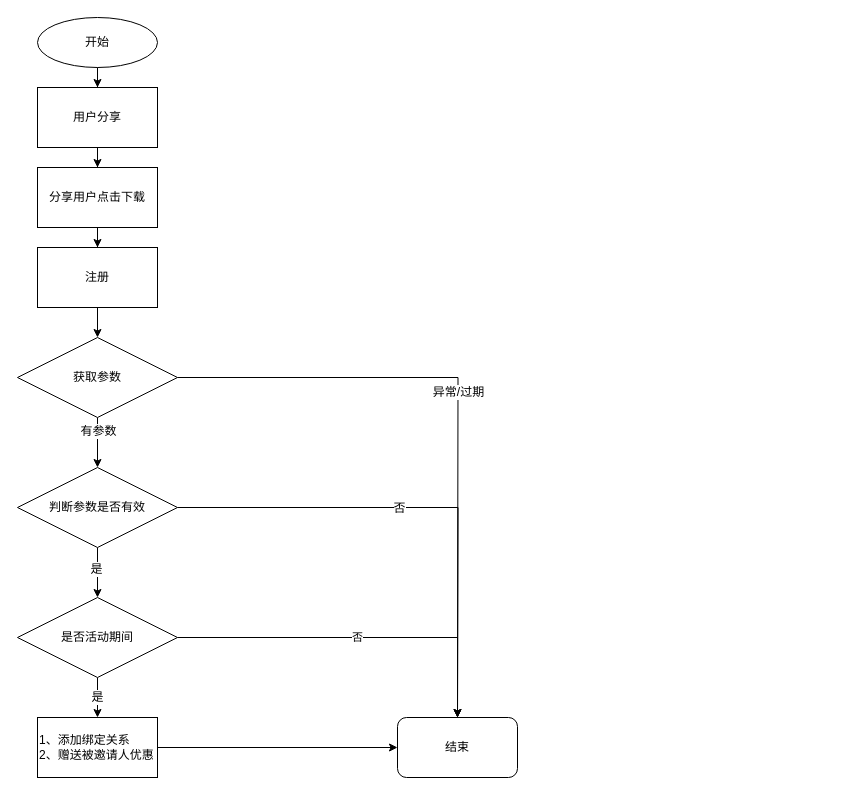
The draw.io diagram invite.drawio in 5thgfka/count, before the edit. Source tidied: cells renumbered, new cells numbered last; positions are measured from the earlier drawing's top-left corner, leaving out a move shared by most shapes. Both pictures are drawn from the tidied source at 100%, with x=0, y=0 at pixel (17, 17).
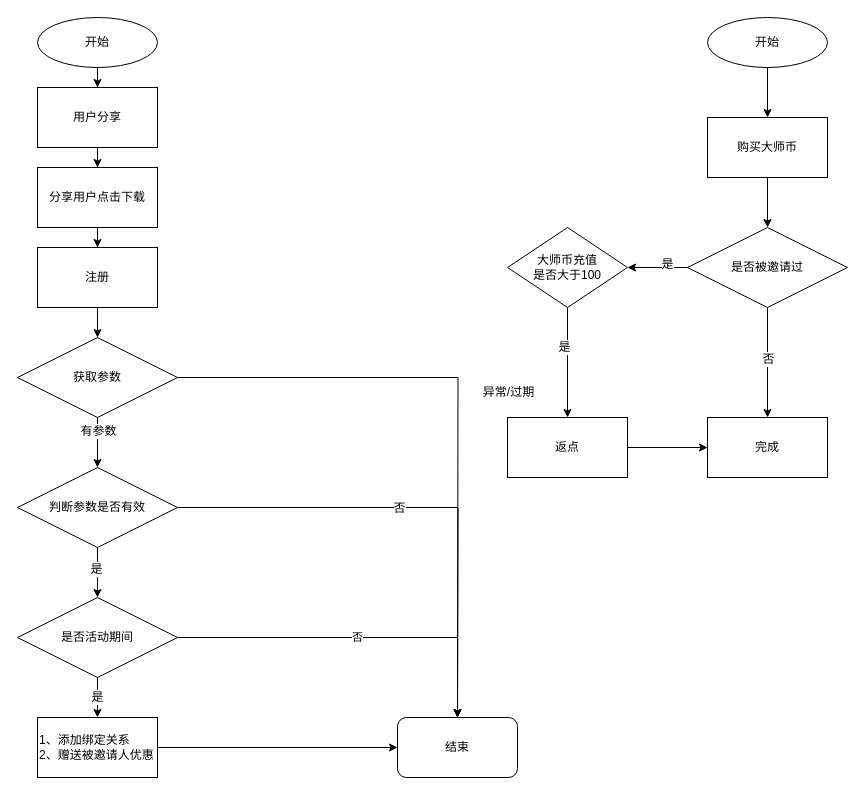
The same diagram, later.

Unchanged cells that the change refers to:
```xml
<mxCell id="8" style="edgeStyle=orthogonalEdgeStyle;rounded=0;jettySize=auto;html=1;" parent="1" edge="1" source="12">
  <mxGeometry relative="1" as="geometry">
    <mxPoint x="440" y="700" as="targetPoint" />
  </mxGeometry>
</mxCell>
```

Diff of the diagram source:
```diff
@@
     <mxCell id="9" value="异常/过期" style="text;html=1;align=center;verticalAlign=middle;labelBackgroundColor=#ffffff;" parent="8" vertex="1">
-      <mxGeometry x="-0.05" relative="1" as="geometry" />
+      <mxGeometry x="-0.05" relative="1" as="geometry">
+        <mxPoint x="50" as="offset" />
+      </mxGeometry>
     </mxCell>
@@
+    <mxCell id="27" style="edgeStyle=orthogonalEdgeStyle;rounded=0;jettySize=auto;html=1;" parent="1" edge="1" source="28" target="30">
+      <mxGeometry relative="1" as="geometry" />
+    </mxCell>
+    <mxCell id="28" value="开始" style="ellipse;whiteSpace=wrap;html=1;align=center;" parent="1" vertex="1">
+      <mxGeometry x="690" width="120" height="50" as="geometry" />
+    </mxCell>
+    <mxCell id="29" style="edgeStyle=orthogonalEdgeStyle;rounded=0;jettySize=auto;html=1;" parent="1" edge="1" source="30" target="35">
+      <mxGeometry relative="1" as="geometry" />
+    </mxCell>
+    <mxCell id="30" value="购买大师币" style="rounded=0;whiteSpace=wrap;html=1;align=center;" parent="1" vertex="1">
+      <mxGeometry x="690" y="100" width="120" height="60" as="geometry" />
+    </mxCell>
+    <mxCell id="31" style="edgeStyle=orthogonalEdgeStyle;rounded=0;jettySize=auto;html=1;" parent="1" edge="1" source="35" target="36">
+      <mxGeometry relative="1" as="geometry" />
+    </mxCell>
+    <mxCell id="32" value="否" style="text;html=1;align=center;verticalAlign=middle;labelBackgroundColor=#ffffff;" parent="31" vertex="1">
+      <mxGeometry x="-0.07" relative="1" as="geometry" />
+    </mxCell>
+    <mxCell id="33" style="edgeStyle=orthogonalEdgeStyle;rounded=0;jettySize=auto;html=1;" parent="1" edge="1" source="35" target="39">
+      <mxGeometry relative="1" as="geometry" />
+    </mxCell>
+    <mxCell id="34" value="是" style="text;html=1;align=center;verticalAlign=middle;labelBackgroundColor=#ffffff;" parent="33" vertex="1">
+      <mxGeometry x="-0.3" y="-4" relative="1" as="geometry" />
+    </mxCell>
+    <mxCell id="35" value="是否被邀请过" style="rhombus;whiteSpace=wrap;html=1;align=center;" parent="1" vertex="1">
+      <mxGeometry x="670" y="210" width="160" height="80" as="geometry" />
+    </mxCell>
+    <mxCell id="36" value="完成" style="rounded=0;whiteSpace=wrap;html=1;align=center;" parent="1" vertex="1">
+      <mxGeometry x="690" y="400" width="120" height="60" as="geometry" />
+    </mxCell>
+    <mxCell id="37" style="edgeStyle=orthogonalEdgeStyle;rounded=0;jettySize=auto;html=1;" parent="1" edge="1" source="39" target="41">
+      <mxGeometry relative="1" as="geometry" />
+    </mxCell>
+    <mxCell id="38" value="是" style="text;html=1;align=center;verticalAlign=middle;labelBackgroundColor=#ffffff;" parent="37" vertex="1">
+      <mxGeometry x="-0.29" y="-4" relative="1" as="geometry" />
+    </mxCell>
+    <mxCell id="39" value="大师币充值&lt;br&gt;是否大于100" style="rhombus;whiteSpace=wrap;html=1;align=center;" parent="1" vertex="1">
+      <mxGeometry x="490" y="210" width="120" height="80" as="geometry" />
+    </mxCell>
+    <mxCell id="40" style="edgeStyle=orthogonalEdgeStyle;rounded=0;jettySize=auto;html=1;" parent="1" edge="1" source="41" target="36">
+      <mxGeometry relative="1" as="geometry" />
+    </mxCell>
+    <mxCell id="41" value="返点" style="rounded=0;whiteSpace=wrap;html=1;align=center;" parent="1" vertex="1">
+      <mxGeometry x="490" y="400" width="120" height="60" as="geometry" />
+    </mxCell>
```
